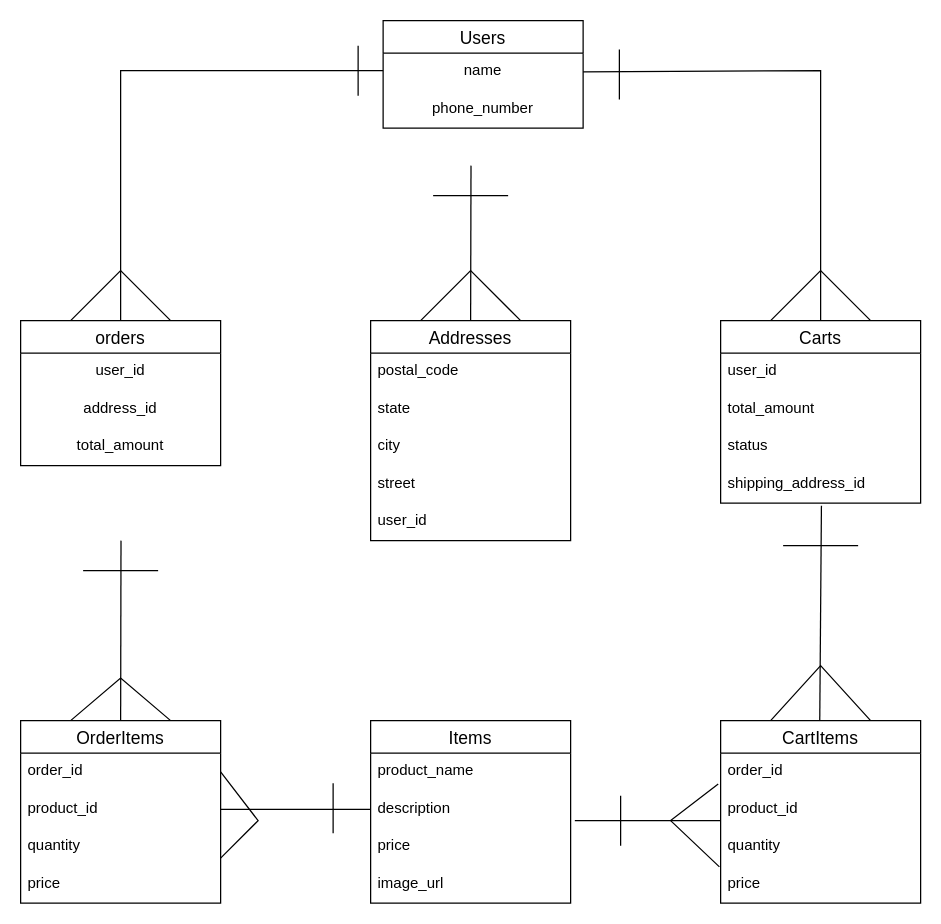
yuuukikiki/bagel_mallow keeps this draw.io diagram as mallowER.dio. Above is the earlier version. Source tidied: cells renumbered, new cells numbered last; positions are measured from the earlier drawing's top-left corner, leaving out a move shared by most shapes. Both pictures are drawn from the tidied source at 125%, with x=0, y=0 at pixel (20, 20).
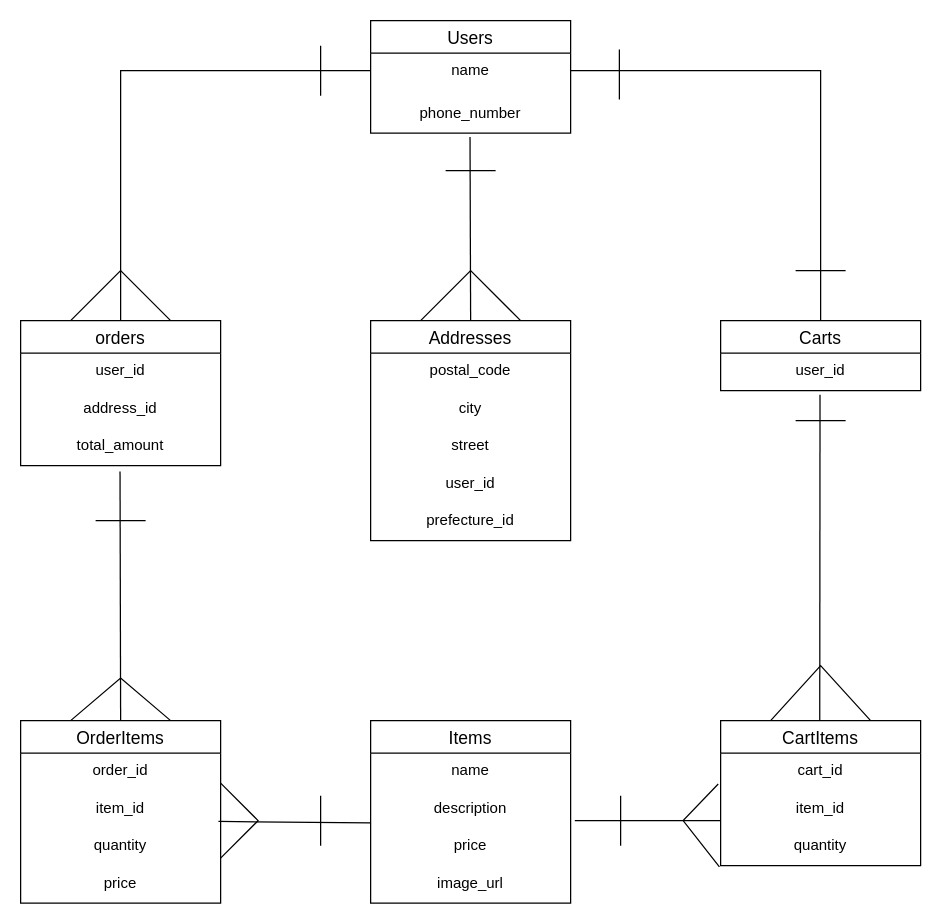
Above is the later version.

Unchanged cells that the change refers to:
```xml
<mxCell id="5" value="Items" style="swimlane;fontStyle=0;horizontal=1;startSize=26;align=center;fontSize=14;" parent="1" vertex="1">
  <mxGeometry x="280" y="560" width="160" height="146" as="geometry" />
</mxCell>
<mxCell id="10" value="orders" style="swimlane;fontStyle=0;horizontal=1;startSize=26;align=center;fontSize=14;" parent="1" vertex="1">
  <mxGeometry y="240" width="160" height="116" as="geometry" />
</mxCell>
<mxCell id="13" value="total_amount" style="text;strokeColor=none;fillColor=none;spacingLeft=4;spacingRight=4;overflow=hidden;points=[[0,0.5],[1,0.5]];portConstraint=eastwest;fontSize=12;align=center;" parent="10" vertex="1">
  <mxGeometry y="86" width="160" height="30" as="geometry" />
</mxCell>
<mxCell id="36" value="Addresses" style="swimlane;fontStyle=0;horizontal=1;startSize=26;align=center;fontSize=14;" parent="1" vertex="1">
  <mxGeometry x="280" y="240" width="160" height="176" as="geometry" />
</mxCell>
<mxCell id="42" value="OrderItems" style="swimlane;fontStyle=0;horizontal=1;startSize=26;align=center;fontSize=14;" parent="1" vertex="1">
  <mxGeometry y="560" width="160" height="146" as="geometry" />
</mxCell>
```

Change to the diagram source:
```diff
@@
     <mxCell id="2" value="Users" style="swimlane;fontStyle=0;horizontal=1;startSize=26;align=center;fontSize=14;" parent="1" vertex="1">
-      <mxGeometry x="290" width="160" height="86" as="geometry" />
+      <mxGeometry x="280" width="160" height="90" as="geometry" />
     </mxCell>
     <mxCell id="3" value="name" style="text;strokeColor=none;fillColor=none;spacingLeft=4;spacingRight=4;overflow=hidden;points=[[0,0.5],[1,0.5]];portConstraint=eastwest;fontSize=12;align=center;" parent="2" vertex="1">
-      <mxGeometry y="26" width="160" height="30" as="geometry" />
+      <mxGeometry y="26" width="160" height="34" as="geometry" />
     </mxCell>
     <mxCell id="4" value="phone_number" style="text;strokeColor=none;fillColor=none;spacingLeft=4;spacingRight=4;overflow=hidden;points=[[0,0.5],[1,0.5]];portConstraint=eastwest;fontSize=12;align=center;" parent="2" vertex="1">
-      <mxGeometry y="56" width="160" height="30" as="geometry" />
+      <mxGeometry y="60" width="160" height="30" as="geometry" />
     </mxCell>
@@
-    <mxCell id="6" value="product_name" style="text;strokeColor=none;fillColor=none;spacingLeft=4;spacingRight=4;overflow=hidden;fontSize=12;" parent="5" vertex="1">
+    <mxCell id="6" value="name" style="text;strokeColor=none;fillColor=none;spacingLeft=4;spacingRight=4;overflow=hidden;fontSize=12;align=center;" parent="5" vertex="1">
       <mxGeometry y="26" width="160" height="30" as="geometry" />
     </mxCell>
-    <mxCell id="7" value="description" style="text;strokeColor=none;fillColor=none;spacingLeft=4;spacingRight=4;overflow=hidden;points=[[0,0.5],[1,0.5]];portConstraint=eastwest;fontSize=12;" parent="5" vertex="1">
+    <mxCell id="7" value="description" style="text;strokeColor=none;fillColor=none;spacingLeft=4;spacingRight=4;overflow=hidden;points=[[0,0.5],[1,0.5]];portConstraint=eastwest;fontSize=12;align=center;" parent="5" vertex="1">
       <mxGeometry y="56" width="160" height="30" as="geometry" />
     </mxCell>
-    <mxCell id="8" value="price" style="text;strokeColor=none;fillColor=none;spacingLeft=4;spacingRight=4;overflow=hidden;fontSize=12;" parent="5" vertex="1">
+    <mxCell id="8" value="price" style="text;strokeColor=none;fillColor=none;spacingLeft=4;spacingRight=4;overflow=hidden;fontSize=12;align=center;" parent="5" vertex="1">
       <mxGeometry y="86" width="160" height="30" as="geometry" />
     </mxCell>
-    <mxCell id="9" value="image_url" style="text;strokeColor=none;fillColor=none;spacingLeft=4;spacingRight=4;overflow=hidden;fontSize=12;" parent="5" vertex="1">
+    <mxCell id="9" value="image_url" style="text;strokeColor=none;fillColor=none;spacingLeft=4;spacingRight=4;overflow=hidden;fontSize=12;align=center;" parent="5" vertex="1">
       <mxGeometry y="116" width="160" height="30" as="geometry" />
     </mxCell>
@@
     <mxCell id="14" value="Carts" style="swimlane;fontStyle=0;horizontal=1;startSize=26;align=center;fontSize=14;" parent="1" vertex="1">
-      <mxGeometry x="560" y="240" width="160" height="146" as="geometry" />
+      <mxGeometry x="560" y="240" width="160" height="56" as="geometry" />
     </mxCell>
-    <mxCell id="15" value="user_id" style="text;strokeColor=none;fillColor=none;spacingLeft=4;spacingRight=4;overflow=hidden;points=[[0,0.5],[1,0.5]];portConstraint=eastwest;fontSize=12;" parent="14" vertex="1">
+    <mxCell id="15" value="user_id" style="text;strokeColor=none;fillColor=none;spacingLeft=4;spacingRight=4;overflow=hidden;points=[[0,0.5],[1,0.5]];portConstraint=eastwest;fontSize=12;align=center;" parent="14" vertex="1">
       <mxGeometry y="26" width="160" height="30" as="geometry" />
     </mxCell>
-    <mxCell id="16" value="total_amount" style="text;strokeColor=none;fillColor=none;spacingLeft=4;spacingRight=4;overflow=hidden;fontSize=12;" parent="14" vertex="1">
-      <mxGeometry y="56" width="160" height="30" as="geometry" />
-    </mxCell>
-    <mxCell id="17" value="status" style="text;strokeColor=none;fillColor=none;spacingLeft=4;spacingRight=4;overflow=hidden;fontSize=12;" parent="14" vertex="1">
-      <mxGeometry y="86" width="160" height="30" as="geometry" />
-    </mxCell>
-    <mxCell id="18" value="shipping_address_id" style="text;strokeColor=none;fillColor=none;spacingLeft=4;spacingRight=4;overflow=hidden;points=[[0,0.5],[1,0.5]];portConstraint=eastwest;fontSize=12;" parent="14" vertex="1">
-      <mxGeometry y="116" width="160" height="30" as="geometry" />
-    </mxCell>
     <mxCell id="19" value="CartItems" style="swimlane;fontStyle=0;horizontal=1;startSize=26;align=center;fontSize=14;" parent="1" vertex="1">
-      <mxGeometry x="560" y="560" width="160" height="146" as="geometry" />
+      <mxGeometry x="560" y="560" width="160" height="116" as="geometry" />
     </mxCell>
-    <mxCell id="20" value="order_id" style="text;strokeColor=none;fillColor=none;spacingLeft=4;spacingRight=4;overflow=hidden;points=[[0,0.5],[1,0.5]];portConstraint=eastwest;fontSize=12;" parent="19" vertex="1">
+    <mxCell id="20" value="cart_id" style="text;strokeColor=none;fillColor=none;spacingLeft=4;spacingRight=4;overflow=hidden;points=[[0,0.5],[1,0.5]];portConstraint=eastwest;fontSize=12;align=center;" parent="19" vertex="1">
       <mxGeometry y="26" width="160" height="30" as="geometry" />
     </mxCell>
-    <mxCell id="21" value="product_id" style="text;strokeColor=none;fillColor=none;spacingLeft=4;spacingRight=4;overflow=hidden;points=[[0,0.5],[1,0.5]];portConstraint=eastwest;fontSize=12;" parent="19" vertex="1">
+    <mxCell id="21" value="item_id" style="text;strokeColor=none;fillColor=none;spacingLeft=4;spacingRight=4;overflow=hidden;points=[[0,0.5],[1,0.5]];portConstraint=eastwest;fontSize=12;align=center;" parent="19" vertex="1">
       <mxGeometry y="56" width="160" height="30" as="geometry" />
     </mxCell>
-    <mxCell id="22" value="quantity" style="text;strokeColor=none;fillColor=none;spacingLeft=4;spacingRight=4;overflow=hidden;points=[[0,0.5],[1,0.5]];portConstraint=eastwest;fontSize=12;" parent="19" vertex="1">
+    <mxCell id="22" value="quantity" style="text;strokeColor=none;fillColor=none;spacingLeft=4;spacingRight=4;overflow=hidden;points=[[0,0.5],[1,0.5]];portConstraint=eastwest;fontSize=12;align=center;" parent="19" vertex="1">
       <mxGeometry y="86" width="160" height="30" as="geometry" />
     </mxCell>
-    <mxCell id="23" value="price" style="text;strokeColor=none;fillColor=none;spacingLeft=4;spacingRight=4;overflow=hidden;fontSize=12;" parent="19" vertex="1">
-      <mxGeometry y="116" width="160" height="30" as="geometry" />
-    </mxCell>
     <mxCell id="24" style="endArrow=none;html=1;rounded=0;strokeWidth=1;entryX=-0.012;entryY=0.822;entryDx=0;entryDy=0;exitX=-0.006;exitY=1.033;exitDx=0;exitDy=0;exitPerimeter=0;entryPerimeter=0;" parent="19" edge="1" source="22" target="20">
       <mxGeometry relative="1" as="geometry">
         <Array as="points">
-          <mxPoint x="-40" y="80" />
+          <mxPoint x="-30" y="80" />
         </Array>
       </mxGeometry>
     </mxCell>
     <mxCell id="25" style="endArrow=none;html=1;rounded=0;exitX=0.5;exitY=0;exitDx=0;exitDy=0;startArrow=none;startFill=0;endFill=0;" parent="1" edge="1" source="10">
       <mxGeometry relative="1" as="geometry">
-        <mxPoint x="290" y="40" as="targetPoint" />
+        <mxPoint x="280" y="40" as="targetPoint" />
         <Array as="points">
           <mxPoint x="80" y="40" />
         </Array>
       </mxGeometry>
     </mxCell>
     <mxCell id="26" style="endArrow=none;html=1;rounded=0;strokeWidth=1;" parent="1" edge="1">
       <mxGeometry relative="1" as="geometry">
-        <mxPoint x="270" y="60" as="sourcePoint" />
-        <mxPoint x="270" y="20" as="targetPoint" />
+        <mxPoint x="240" y="60" as="sourcePoint" />
+        <mxPoint x="240" y="20" as="targetPoint" />
       </mxGeometry>
     </mxCell>
@@
-    <mxCell id="28" style="endArrow=none;html=1;rounded=0;exitX=1;exitY=0.5;exitDx=0;exitDy=0;startArrow=none;startFill=0;endFill=0;entryX=0.5;entryY=0;entryDx=0;entryDy=0;" parent="1" edge="1" source="3" target="14">
+    <mxCell id="28" style="endArrow=none;html=1;rounded=0;startArrow=none;startFill=0;endFill=0;entryX=0.5;entryY=0;entryDx=0;entryDy=0;" parent="1" edge="1" target="14">
       <mxGeometry relative="1" as="geometry">
+        <mxPoint x="440" y="40" as="sourcePoint" />
         <Array as="points">
           <mxPoint x="640" y="40" />
         </Array>
       </mxGeometry>
     </mxCell>
@@
-    <mxCell id="30" style="endArrow=none;html=1;rounded=0;strokeWidth=1;exitX=0.25;exitY=0;exitDx=0;exitDy=0;entryX=0.75;entryY=0;entryDx=0;entryDy=0;" parent="1" edge="1" source="14" target="14">
-      <mxGeometry relative="1" as="geometry">
-        <Array as="points">
-          <mxPoint x="640" y="200" />
-        </Array>
-      </mxGeometry>
-    </mxCell>
-    <mxCell id="31" style="endArrow=none;html=1;rounded=0;startArrow=none;startFill=0;endFill=0;entryX=0.5;entryY=0;entryDx=0;entryDy=0;exitX=0.504;exitY=1.067;exitDx=0;exitDy=0;exitPerimeter=0;" parent="1" edge="1" source="18">
+    <mxCell id="31" style="endArrow=none;html=1;rounded=0;startArrow=none;startFill=0;endFill=0;entryX=0.5;entryY=0;entryDx=0;entryDy=0;exitX=0.497;exitY=1.112;exitDx=0;exitDy=0;exitPerimeter=0;" parent="1" edge="1" source="15">
       <mxGeometry relative="1" as="geometry">
         <mxPoint x="639.3" y="560" as="targetPoint" />
       </mxGeometry>
     </mxCell>
@@
     <mxCell id="33" style="endArrow=none;html=1;rounded=0;strokeWidth=1;" parent="1" edge="1">
       <mxGeometry relative="1" as="geometry">
-        <mxPoint x="670" y="420" as="sourcePoint" />
-        <mxPoint x="610" y="420" as="targetPoint" />
+        <mxPoint x="660" y="320" as="sourcePoint" />
+        <mxPoint x="620" y="320" as="targetPoint" />
       </mxGeometry>
     </mxCell>
@@
-    <mxCell id="37" value="postal_code" style="text;strokeColor=none;fillColor=none;spacingLeft=4;spacingRight=4;overflow=hidden;fontSize=12;" parent="36" vertex="1">
+    <mxCell id="37" value="postal_code" style="text;strokeColor=none;fillColor=none;spacingLeft=4;spacingRight=4;overflow=hidden;fontSize=12;align=center;" parent="36" vertex="1">
       <mxGeometry y="26" width="160" height="30" as="geometry" />
     </mxCell>
-    <mxCell id="38" value="state" style="text;strokeColor=none;fillColor=none;spacingLeft=4;spacingRight=4;overflow=hidden;fontSize=12;" parent="36" vertex="1">
+    <mxCell id="38" value="city" style="text;strokeColor=none;fillColor=none;spacingLeft=4;spacingRight=4;overflow=hidden;fontSize=12;align=center;" parent="36" vertex="1">
       <mxGeometry y="56" width="160" height="30" as="geometry" />
     </mxCell>
-    <mxCell id="39" value="city" style="text;strokeColor=none;fillColor=none;spacingLeft=4;spacingRight=4;overflow=hidden;fontSize=12;" parent="36" vertex="1">
+    <mxCell id="39" value="street" style="text;strokeColor=none;fillColor=none;spacingLeft=4;spacingRight=4;overflow=hidden;fontSize=12;align=center;" parent="36" vertex="1">
       <mxGeometry y="86" width="160" height="30" as="geometry" />
     </mxCell>
-    <mxCell id="40" value="street" style="text;strokeColor=none;fillColor=none;spacingLeft=4;spacingRight=4;overflow=hidden;fontSize=12;" parent="36" vertex="1">
+    <mxCell id="40" value="user_id" style="text;strokeColor=none;fillColor=none;spacingLeft=4;spacingRight=4;overflow=hidden;fontSize=12;align=center;" parent="36" vertex="1">
       <mxGeometry y="116" width="160" height="30" as="geometry" />
     </mxCell>
-    <mxCell id="41" value="user_id" style="text;strokeColor=none;fillColor=none;spacingLeft=4;spacingRight=4;overflow=hidden;fontSize=12;" parent="36" vertex="1">
+    <mxCell id="41" value="prefecture_id" style="text;strokeColor=none;fillColor=none;spacingLeft=4;spacingRight=4;overflow=hidden;fontSize=12;align=center;" parent="36" vertex="1">
       <mxGeometry y="146" width="160" height="30" as="geometry" />
     </mxCell>
@@
-    <mxCell id="43" value="order_id" style="text;strokeColor=none;fillColor=none;spacingLeft=4;spacingRight=4;overflow=hidden;points=[[0,0.5],[1,0.5]];portConstraint=eastwest;fontSize=12;" parent="42" vertex="1">
+    <mxCell id="43" value="order_id" style="text;strokeColor=none;fillColor=none;spacingLeft=4;spacingRight=4;overflow=hidden;points=[[0,0.5],[1,0.5]];portConstraint=eastwest;fontSize=12;align=center;" parent="42" vertex="1">
       <mxGeometry y="26" width="160" height="30" as="geometry" />
     </mxCell>
-    <mxCell id="44" value="product_id" style="text;strokeColor=none;fillColor=none;spacingLeft=4;spacingRight=4;overflow=hidden;points=[[0,0.5],[1,0.5]];portConstraint=eastwest;fontSize=12;" parent="42" vertex="1">
+    <mxCell id="44" value="item_id" style="text;strokeColor=none;fillColor=none;spacingLeft=4;spacingRight=4;overflow=hidden;points=[[0,0.5],[1,0.5]];portConstraint=eastwest;fontSize=12;align=center;" parent="42" vertex="1">
       <mxGeometry y="56" width="160" height="30" as="geometry" />
     </mxCell>
-    <mxCell id="45" value="quantity" style="text;strokeColor=none;fillColor=none;spacingLeft=4;spacingRight=4;overflow=hidden;points=[[0,0.5],[1,0.5]];portConstraint=eastwest;fontSize=12;" parent="42" vertex="1">
+    <mxCell id="45" value="quantity" style="text;strokeColor=none;fillColor=none;spacingLeft=4;spacingRight=4;overflow=hidden;points=[[0,0.5],[1,0.5]];portConstraint=eastwest;fontSize=12;align=center;" parent="42" vertex="1">
       <mxGeometry y="86" width="160" height="30" as="geometry" />
     </mxCell>
-    <mxCell id="46" value="price" style="text;strokeColor=none;fillColor=none;spacingLeft=4;spacingRight=4;overflow=hidden;fontSize=12;" parent="42" vertex="1">
+    <mxCell id="46" value="price" style="text;strokeColor=none;fillColor=none;spacingLeft=4;spacingRight=4;overflow=hidden;fontSize=12;align=center;" parent="42" vertex="1">
       <mxGeometry y="116" width="160" height="30" as="geometry" />
     </mxCell>
-    <mxCell id="47" style="endArrow=none;html=1;rounded=0;strokeWidth=1;exitX=1;exitY=0.5;exitDx=0;exitDy=0;" parent="42" edge="1" source="43">
+    <mxCell id="47" style="endArrow=none;html=1;rounded=0;strokeWidth=1;" parent="42" edge="1">
       <mxGeometry relative="1" as="geometry">
+        <mxPoint x="160" y="50" as="sourcePoint" />
         <mxPoint x="160" y="110" as="targetPoint" />
         <Array as="points">
           <mxPoint x="190" y="80" />
         </Array>
       </mxGeometry>
     </mxCell>
-    <mxCell id="48" style="endArrow=none;html=1;rounded=0;startArrow=none;startFill=0;endFill=0;exitX=0.504;exitY=1.067;exitDx=0;exitDy=0;exitPerimeter=0;entryX=0.5;entryY=0;entryDx=0;entryDy=0;" parent="1" edge="1" target="36">
-      <mxGeometry relative="1" as="geometry">
-        <mxPoint x="360.3" y="116" as="sourcePoint" />
-      </mxGeometry>
+    <mxCell id="48" style="endArrow=none;html=1;rounded=0;startArrow=none;startFill=0;endFill=0;exitX=0.497;exitY=1.104;exitDx=0;exitDy=0;exitPerimeter=0;entryX=0.5;entryY=0;entryDx=0;entryDy=0;" parent="1" edge="1" source="4" target="36">
+      <mxGeometry relative="1" as="geometry" />
     </mxCell>
@@
     <mxCell id="50" style="endArrow=none;html=1;rounded=0;strokeWidth=1;" parent="1" edge="1">
       <mxGeometry relative="1" as="geometry">
-        <mxPoint x="390" y="140" as="sourcePoint" />
-        <mxPoint x="330" y="140" as="targetPoint" />
+        <mxPoint x="380" y="120" as="sourcePoint" />
+        <mxPoint x="340" y="120" as="targetPoint" />
       </mxGeometry>
     </mxCell>
-    <mxCell id="51" style="endArrow=none;html=1;rounded=0;startArrow=none;startFill=0;endFill=0;entryX=1;entryY=0.5;entryDx=0;entryDy=0;exitX=0;exitY=0.5;exitDx=0;exitDy=0;" parent="1" edge="1" source="7" target="44">
+    <mxCell id="51" style="endArrow=none;html=1;rounded=0;startArrow=none;startFill=0;endFill=0;entryX=0.989;entryY=-0.179;entryDx=0;entryDy=0;exitX=-0.003;exitY=0.863;exitDx=0;exitDy=0;entryPerimeter=0;exitPerimeter=0;" parent="1" edge="1" source="7" target="45">
       <mxGeometry relative="1" as="geometry" />
     </mxCell>
-    <mxCell id="52" style="endArrow=none;html=1;rounded=0;startArrow=none;startFill=0;endFill=0;exitX=0.504;exitY=1.067;exitDx=0;exitDy=0;exitPerimeter=0;entryX=0.5;entryY=0;entryDx=0;entryDy=0;" parent="1" edge="1" target="42">
-      <mxGeometry relative="1" as="geometry">
-        <mxPoint x="80.3" y="416" as="sourcePoint" />
-      </mxGeometry>
+    <mxCell id="52" style="endArrow=none;html=1;rounded=0;startArrow=none;startFill=0;endFill=0;exitX=0.497;exitY=1.154;exitDx=0;exitDy=0;exitPerimeter=0;entryX=0.5;entryY=0;entryDx=0;entryDy=0;" parent="1" edge="1" source="13" target="42">
+      <mxGeometry relative="1" as="geometry" />
     </mxCell>
@@
     <mxCell id="54" style="endArrow=none;html=1;rounded=0;strokeWidth=1;" parent="1" edge="1">
       <mxGeometry relative="1" as="geometry">
-        <mxPoint x="250" y="610" as="sourcePoint" />
-        <mxPoint x="250" y="650" as="targetPoint" />
+        <mxPoint x="240" y="620" as="sourcePoint" />
+        <mxPoint x="240" y="660" as="targetPoint" />
       </mxGeometry>
     </mxCell>
     <mxCell id="55" style="endArrow=none;html=1;rounded=0;strokeWidth=1;" parent="1" edge="1">
       <mxGeometry relative="1" as="geometry">
-        <mxPoint x="50" y="440" as="sourcePoint" />
-        <mxPoint x="110" y="440" as="targetPoint" />
+        <mxPoint x="60" y="400" as="sourcePoint" />
+        <mxPoint x="100" y="400" as="targetPoint" />
       </mxGeometry>
     </mxCell>
+    <mxCell id="56" style="endArrow=none;html=1;rounded=0;strokeWidth=1;" parent="1" edge="1">
+      <mxGeometry relative="1" as="geometry">
+        <mxPoint x="660" y="200" as="sourcePoint" />
+        <mxPoint x="620" y="200" as="targetPoint" />
+      </mxGeometry>
+    </mxCell>
```
